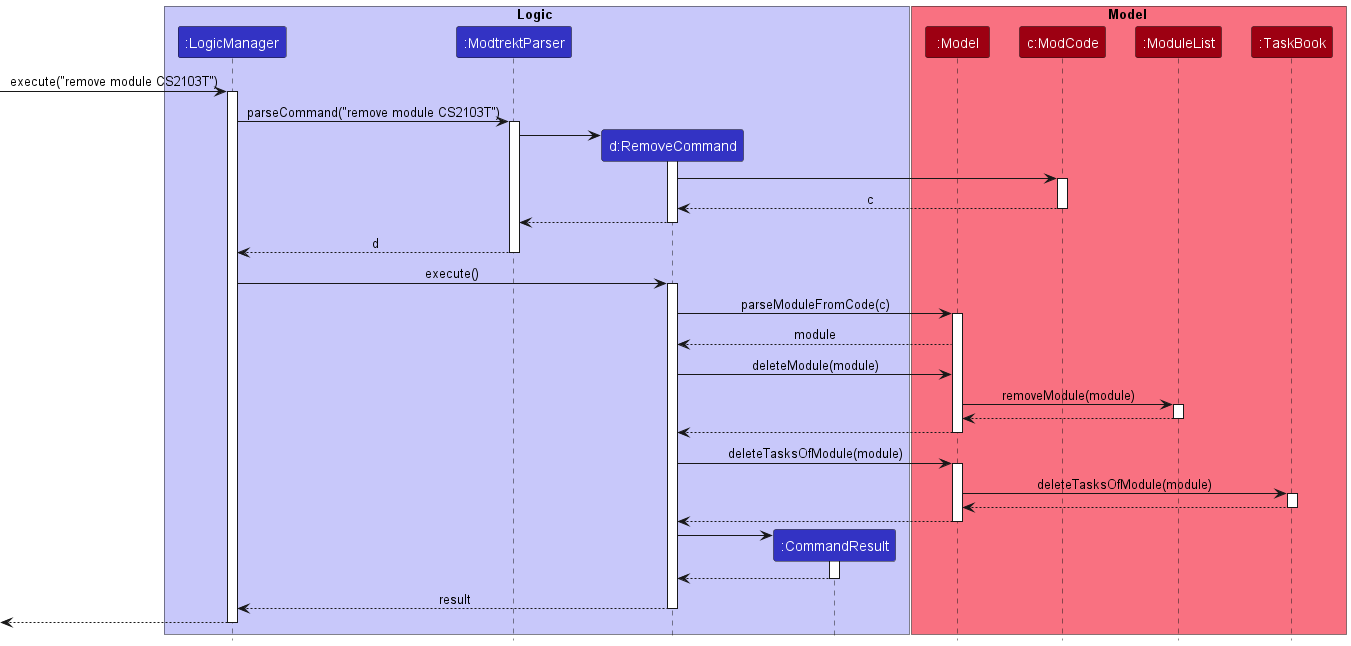
Earlier version of the PlantUML export docs/images/ModulePUMLs/RemoveModule/ModuleRemoveSequenceDiagram.png (nus-cs2103-AY2223S1/tp).
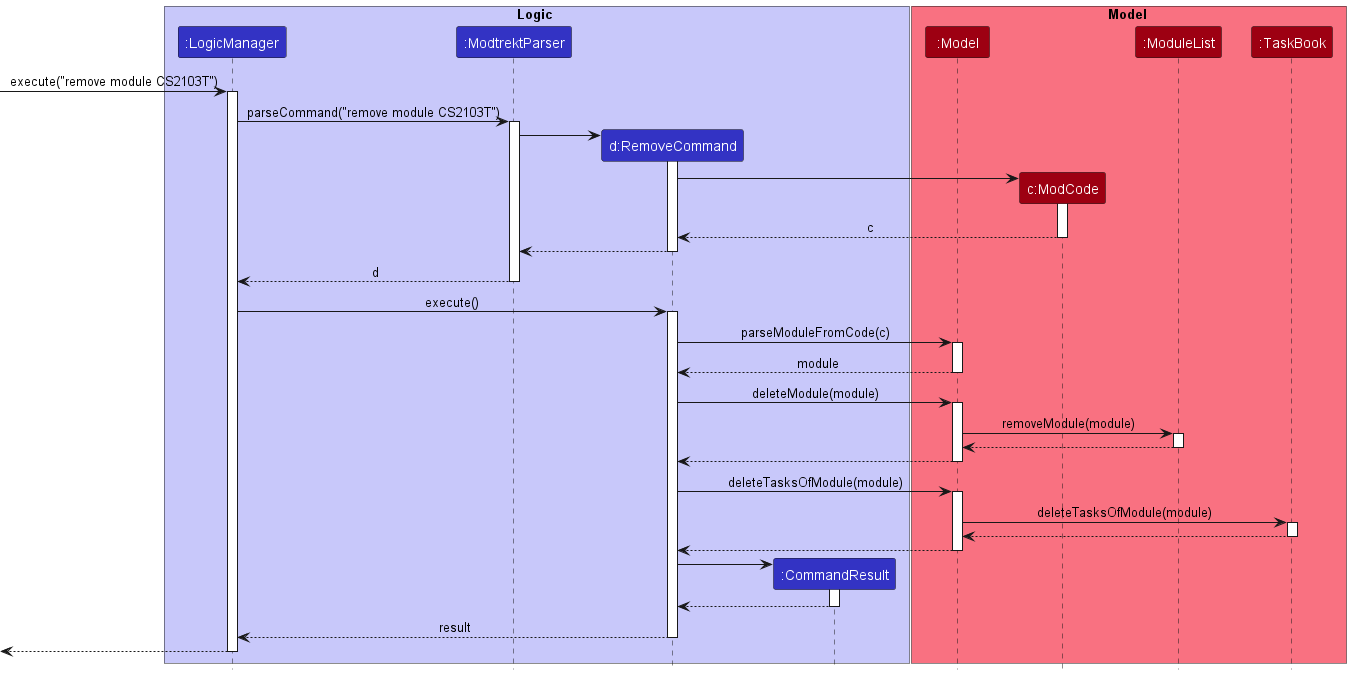
The same file after the commit.

Commit message:
update module sequence diagram

The edit, as a diff of the source:
```diff
@@ -25,6 +25,7 @@
 ModtrektParser -> RemoveCommand:
 activate RemoveCommand
 
+create ModCode
 RemoveCommand -> ModCode
 activate ModCode
 ModCode --> RemoveCommand : c
@@ -41,9 +42,11 @@
 
 RemoveCommand -> Model : parseModuleFromCode(c)
 activate Model
+Model --> RemoveCommand : module
+deactivate Model
 
-Model --> RemoveCommand : module
 RemoveCommand -> Model : deleteModule(module)
+activate Model
 
 Model -> ModuleList : removeModule(module)
 activate ModuleList
```
